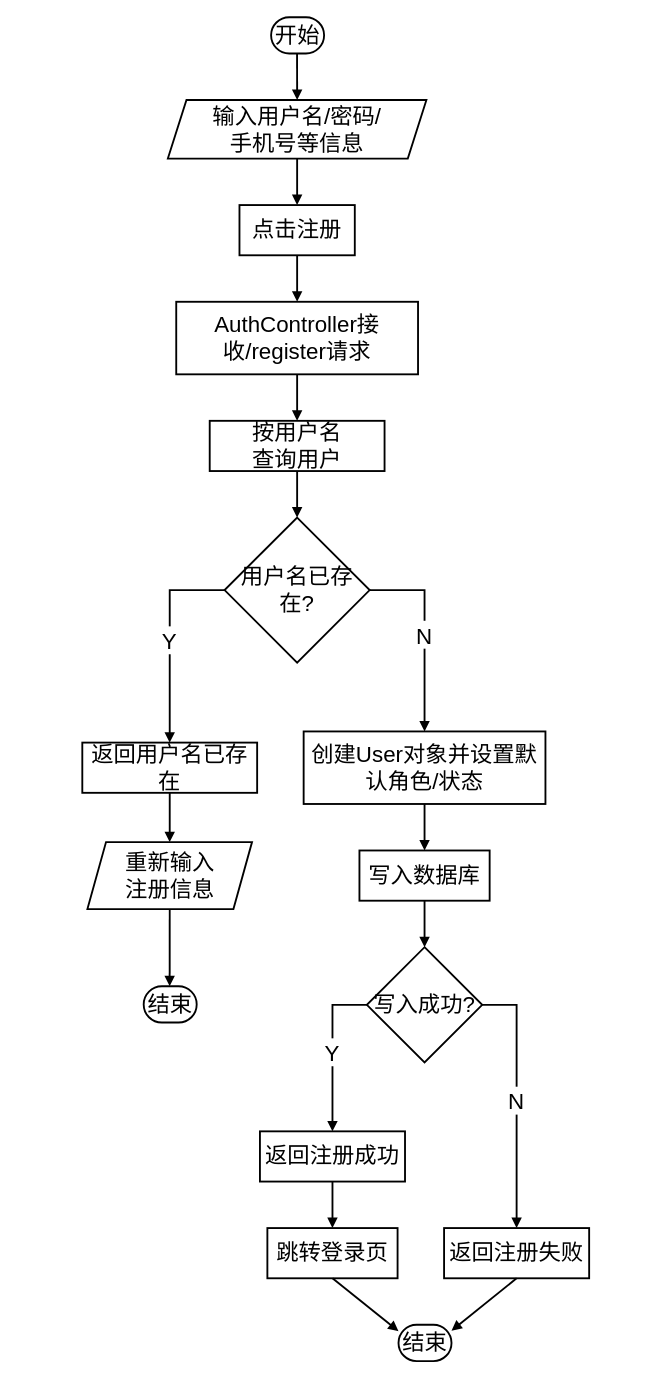
Before: 游客注册流程图.drawio in LichCarlos/darwIo, a draw.io diagram. Source tidied: cells renumbered, new cells numbered last; positions are measured from the earlier drawing's top-left corner, leaving out a move shared by most shapes. Both pictures are drawn from the tidied source at 93%, with x=0, y=0 at pixel (82, 17).
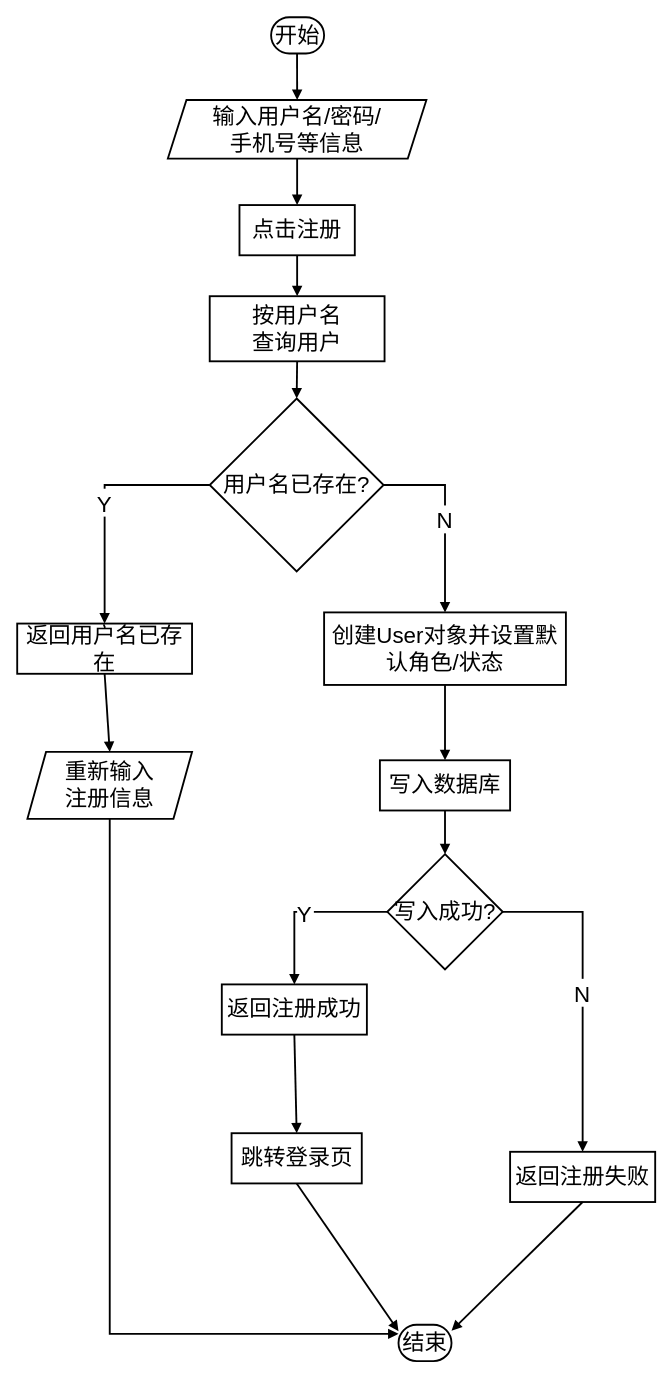
After the change.

Commit message:
更新游客注册流程图.drawio

The change refers to these unchanged cells:
```xml
<mxCell id="7" value="点击注册" style="whiteSpace=wrap;strokeWidth=2;fontSize=24;" parent="1" vertex="1">
  <mxGeometry x="169" y="202" width="124" height="54" as="geometry" />
</mxCell>
<mxCell id="19" value="结束" style="rounded=1;whiteSpace=wrap;arcSize=50;strokeWidth=2;fontSize=24;" parent="1" vertex="1">
  <mxGeometry x="340" y="1406" width="57" height="39" as="geometry" />
</mxCell>
```

What changed in the source:
```diff
@@
-    <mxCell id="8" value="AuthController接收/register请求" style="whiteSpace=wrap;strokeWidth=2;fontSize=24;" parent="1" vertex="1">
-      <mxGeometry x="101" y="306" width="260" height="78" as="geometry" />
-    </mxCell>
     <mxCell id="9" value="按用户名&#10;查询用户" style="whiteSpace=wrap;strokeWidth=2;fontSize=24;" parent="1" vertex="1">
-      <mxGeometry x="137" y="434" width="188" height="54" as="geometry" />
+      <mxGeometry x="137" y="300" width="188" height="70" as="geometry" />
     </mxCell>
     <mxCell id="10" value="用户名已存在?" style="rhombus;strokeWidth=2;whiteSpace=wrap;fontSize=24;" parent="1" vertex="1">
-      <mxGeometry x="153" y="538" width="156" height="156" as="geometry" />
+      <mxGeometry x="137" y="410" width="187" height="186" as="geometry" />
     </mxCell>
     <mxCell id="11" value="返回用户名已存在" style="whiteSpace=wrap;strokeWidth=2;fontSize=24;" parent="1" vertex="1">
-      <mxGeometry y="780" width="188" height="54" as="geometry" />
+      <mxGeometry x="-70" y="652" width="188" height="54" as="geometry" />
     </mxCell>
     <mxCell id="12" value="重新输入&#10;注册信息" style="shape=parallelogram;perimeter=parallelogramPerimeter;fixedSize=1;strokeWidth=2;whiteSpace=wrap;fontSize=24;" parent="1" vertex="1">
-      <mxGeometry x="5.5" y="887" width="177" height="72" as="geometry" />
+      <mxGeometry x="-59" y="790" width="177" height="72" as="geometry" />
     </mxCell>
-    <mxCell id="13" value="结束" style="rounded=1;whiteSpace=wrap;arcSize=50;strokeWidth=2;fontSize=24;" parent="1" vertex="1">
-      <mxGeometry x="66" y="1042" width="57" height="39" as="geometry" />
-    </mxCell>
     <mxCell id="14" value="创建User对象并设置默认角色/状态" style="whiteSpace=wrap;strokeWidth=2;fontSize=24;" parent="1" vertex="1">
-      <mxGeometry x="238" y="768" width="260" height="78" as="geometry" />
+      <mxGeometry x="260" y="640" width="260" height="78" as="geometry" />
     </mxCell>
     <mxCell id="15" value="写入数据库" style="whiteSpace=wrap;strokeWidth=2;fontSize=24;" parent="1" vertex="1">
-      <mxGeometry x="298" y="896" width="140" height="54" as="geometry" />
+      <mxGeometry x="320" y="799" width="140" height="54" as="geometry" />
     </mxCell>
     <mxCell id="16" value="写入成功?" style="rhombus;strokeWidth=2;whiteSpace=wrap;fontSize=24;" parent="1" vertex="1">
-      <mxGeometry x="306" y="1000" width="124" height="124" as="geometry" />
+      <mxGeometry x="328" y="900" width="124" height="124" as="geometry" />
     </mxCell>
     <mxCell id="17" value="返回注册成功" style="whiteSpace=wrap;strokeWidth=2;fontSize=24;" parent="1" vertex="1">
-      <mxGeometry x="191" y="1198" width="156" height="54" as="geometry" />
+      <mxGeometry x="150" y="1040" width="156" height="54" as="geometry" />
     </mxCell>
     <mxCell id="18" value="跳转登录页" style="whiteSpace=wrap;strokeWidth=2;fontSize=24;" parent="1" vertex="1">
-      <mxGeometry x="199" y="1302" width="140" height="54" as="geometry" />
+      <mxGeometry x="160.5" y="1200" width="140" height="54" as="geometry" />
     </mxCell>
@@
     <mxCell id="20" value="返回注册失败" style="whiteSpace=wrap;strokeWidth=2;fontSize=24;" parent="1" vertex="1">
-      <mxGeometry x="389" y="1302" width="156" height="54" as="geometry" />
+      <mxGeometry x="460" y="1220" width="156" height="54" as="geometry" />
     </mxCell>
@@
-    <mxCell id="23" style="curved=1;startArrow=none;endArrow=block;exitX=0.5;exitY=1;entryX=0.5;entryY=0;rounded=0;strokeWidth=2;fontSize=24;" parent="1" edge="1" source="7" target="8">
+    <mxCell id="23" style="curved=1;startArrow=none;endArrow=block;exitX=0.5;exitY=1;entryX=0.5;entryY=0;rounded=0;strokeWidth=2;fontSize=24;entryDx=0;entryDy=0;" parent="1" edge="1" source="7" target="9">
       <mxGeometry relative="1" as="geometry" />
     </mxCell>
-    <mxCell id="24" style="curved=1;startArrow=none;endArrow=block;exitX=0.5;exitY=1;entryX=0.5;entryY=0;rounded=0;strokeWidth=2;fontSize=24;" parent="1" edge="1" source="8" target="9">
-      <mxGeometry relative="1" as="geometry" />
-    </mxCell>
@@
-    <mxCell id="28" style="curved=1;startArrow=none;endArrow=block;exitX=0.5;exitY=1.01;entryX=0.49;entryY=0.01;rounded=0;strokeWidth=2;fontSize=24;" parent="1" edge="1" source="12" target="13">
+    <mxCell id="28" style="startArrow=none;endArrow=block;exitX=0.5;exitY=1.01;entryX=0;entryY=0.25;rounded=0;strokeWidth=2;fontSize=24;entryDx=0;entryDy=0;edgeStyle=orthogonalEdgeStyle;" parent="1" edge="1" source="12" target="19">
       <mxGeometry relative="1" as="geometry" />
     </mxCell>
```
